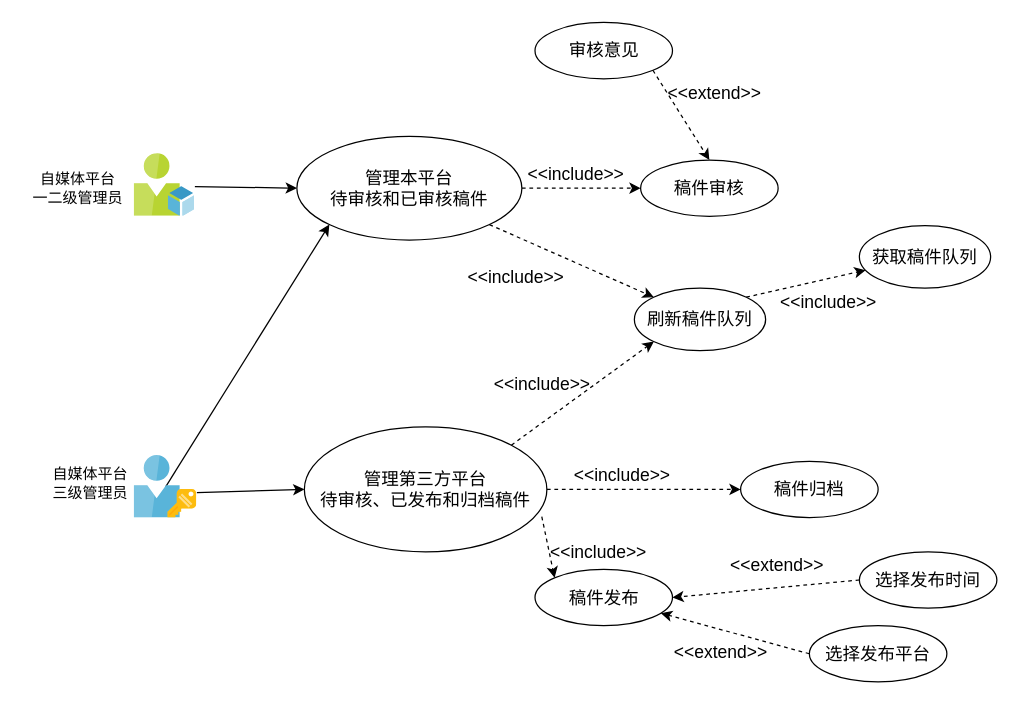
This is 1-SoftwareRequirements/ArticleManagement/am_usercase.drawio from zan-press/diagram, a draw.io file, before an edit. Source tidied: cells renumbered, new cells numbered last; positions are measured from the earlier drawing's top-left corner, leaving out a move shared by most shapes. Both pictures are drawn from the tidied source at 125%, with x=0, y=0 at pixel (21, 22).
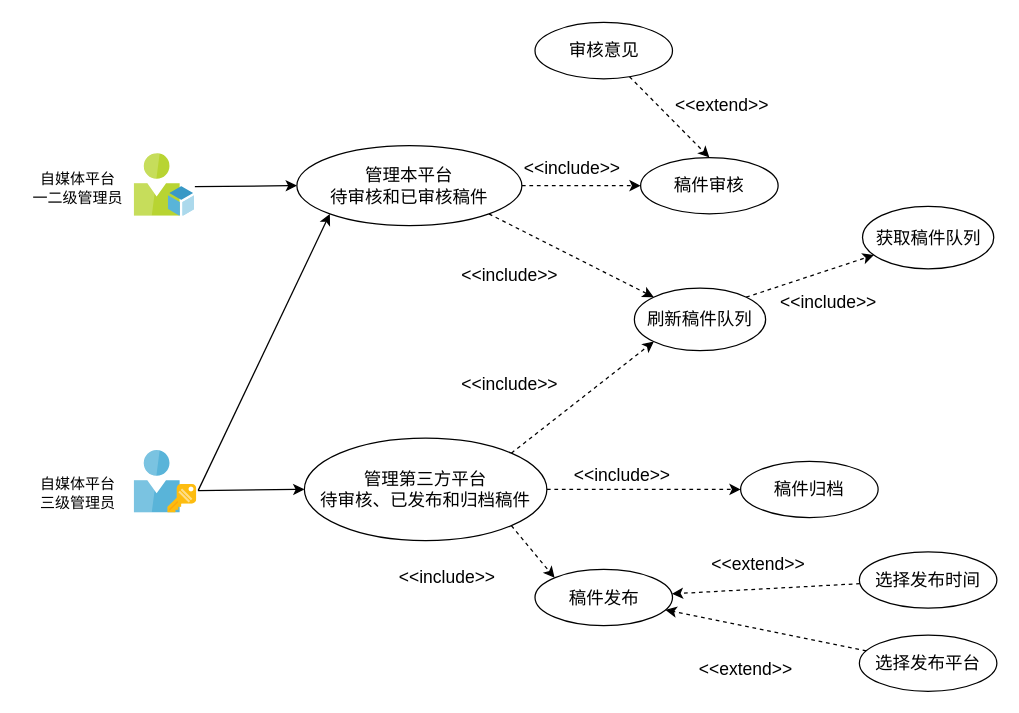
The same page after the edit.

The change refers to these unchanged cells:
```xml
<mxCell id="15" value="稿件发布" style="ellipse;whiteSpace=wrap;html=1;fontFamily=SF Mono;fontSize=14;" parent="1" vertex="1">
  <mxGeometry x="410.5" y="437" width="110" height="45" as="geometry" />
</mxCell>
<mxCell id="19" value="稿件归档" style="ellipse;whiteSpace=wrap;html=1;fontFamily=SF Mono;fontSize=14;" parent="1" vertex="1">
  <mxGeometry x="575" y="350.5" width="110" height="45" as="geometry" />
</mxCell>
<mxCell id="27" value="选择发布时间" style="ellipse;whiteSpace=wrap;html=1;fontFamily=SF Mono;fontSize=14;" parent="1" vertex="1">
  <mxGeometry x="670" y="423" width="110" height="45" as="geometry" />
</mxCell>
<mxCell id="31" value="刷新稿件队列" style="ellipse;whiteSpace=wrap;html=1;fontFamily=SF Mono;fontSize=14;" parent="1" vertex="1">
  <mxGeometry x="490" y="212" width="105" height="50" as="geometry" />
</mxCell>
<mxCell id="35" value="审核意见" style="ellipse;whiteSpace=wrap;html=1;fontFamily=SF Mono;fontSize=14;" parent="1" vertex="1">
  <mxGeometry x="410.5" y="-0.5" width="110" height="45" as="geometry" />
</mxCell>
```

Diff of the diagram source:
```diff
@@
-    <mxCell id="3" style="rounded=0;jettySize=auto;html=1;endArrow=classic;endFill=1;entryX=0;entryY=0.5;entryDx=0;entryDy=0;exitX=1;exitY=0.592;exitDx=0;exitDy=0;exitPerimeter=0;" parent="1" edge="1" source="23" target="12">
+    <mxCell id="3" style="rounded=0;jettySize=auto;html=1;endArrow=classic;endFill=1;entryX=0;entryY=0.5;entryDx=0;entryDy=0;exitX=1.02;exitY=0.64;exitDx=0;exitDy=0;exitPerimeter=0;fontFamily=SF Mono;" parent="1" edge="1" source="23" target="12">
       <mxGeometry relative="1" as="geometry" />
     </mxCell>
@@
-    <mxCell id="5" style="edgeStyle=orthogonalEdgeStyle;rounded=0;jettySize=auto;html=1;dashed=1;" parent="1" edge="1" source="8" target="10">
+    <mxCell id="5" style="edgeStyle=orthogonalEdgeStyle;rounded=0;jettySize=auto;html=1;dashed=1;fontFamily=SF Mono;" parent="1" edge="1" source="8" target="10">
       <mxGeometry relative="1" as="geometry" />
     </mxCell>
-    <mxCell id="6" style="rounded=0;jettySize=auto;html=1;entryX=0;entryY=0;entryDx=0;entryDy=0;dashed=1;exitX=0.979;exitY=0.718;exitDx=0;exitDy=0;exitPerimeter=0;" parent="1" edge="1" source="12" target="15">
+    <mxCell id="6" style="rounded=0;jettySize=auto;html=1;entryX=0;entryY=0;entryDx=0;entryDy=0;dashed=1;exitX=1;exitY=1;exitDx=0;exitDy=0;fontFamily=SF Mono;" parent="1" edge="1" source="12" target="15">
       <mxGeometry relative="1" as="geometry" />
     </mxCell>
-    <mxCell id="7" style="edgeStyle=none;rounded=0;jettySize=auto;html=1;exitX=1;exitY=1;exitDx=0;exitDy=0;entryX=0;entryY=0;entryDx=0;entryDy=0;dashed=1;" parent="1" edge="1" source="8" target="31">
+    <mxCell id="7" style="edgeStyle=none;rounded=0;jettySize=auto;html=1;exitX=1;exitY=1;exitDx=0;exitDy=0;entryX=0;entryY=0;entryDx=0;entryDy=0;dashed=1;fontFamily=SF Mono;" parent="1" edge="1" source="8" target="31">
       <mxGeometry relative="1" as="geometry" />
     </mxCell>
     <mxCell id="8" value="管理本平台&lt;br&gt;待审核和已审核稿件" style="ellipse;whiteSpace=wrap;html=1;fontFamily=SF Mono;fontSize=14;" parent="1" vertex="1">
-      <mxGeometry x="220" y="90.5" width="180" height="83" as="geometry" />
+      <mxGeometry x="220" y="98" width="180" height="64" as="geometry" />
     </mxCell>
     <mxCell id="9" value="获取稿件队列" style="ellipse;whiteSpace=wrap;html=1;fontFamily=SF Mono;fontSize=14;" parent="1" vertex="1">
-      <mxGeometry x="670" y="162" width="105" height="50" as="geometry" />
+      <mxGeometry x="672.5" y="146.5" width="105" height="50" as="geometry" />
     </mxCell>
     <mxCell id="10" value="稿件审核" style="ellipse;whiteSpace=wrap;html=1;fontFamily=SF Mono;fontSize=14;" parent="1" vertex="1">
-      <mxGeometry x="495" y="109.5" width="110" height="45" as="geometry" />
+      <mxGeometry x="495" y="107.5" width="110" height="45" as="geometry" />
     </mxCell>
-    <mxCell id="11" style="edgeStyle=none;rounded=0;jettySize=auto;html=1;exitX=1;exitY=0;exitDx=0;exitDy=0;entryX=0;entryY=1;entryDx=0;entryDy=0;dashed=1;endArrow=classic;endFill=1;" parent="1" edge="1" source="12" target="31">
+    <mxCell id="11" style="edgeStyle=none;rounded=0;jettySize=auto;html=1;exitX=1;exitY=0;exitDx=0;exitDy=0;entryX=0;entryY=1;entryDx=0;entryDy=0;dashed=1;endArrow=classic;endFill=1;fontFamily=SF Mono;" parent="1" edge="1" source="12" target="31">
       <mxGeometry relative="1" as="geometry" />
     </mxCell>
     <mxCell id="12" value="管理第三方平台&lt;br&gt;待审核、已发布和归档稿件" style="ellipse;whiteSpace=wrap;html=1;fontFamily=SF Mono;fontSize=14;" parent="1" vertex="1">
-      <mxGeometry x="226" y="323" width="194" height="100" as="geometry" />
+      <mxGeometry x="226" y="332" width="194" height="82" as="geometry" />
     </mxCell>
     <mxCell id="13" value="自媒体平台&lt;br&gt;三级管理员" style="text;html=1;strokeColor=none;fillColor=none;align=center;verticalAlign=middle;whiteSpace=wrap;rounded=0;fontFamily=SF Mono;fontStyle=0;" parent="1" vertex="1">
-      <mxGeometry x="10" y="352.5" width="90" height="30" as="geometry" />
+      <mxGeometry y="360.5" width="90" height="30" as="geometry" />
     </mxCell>
-    <mxCell id="14" value="&lt;font style=&quot;font-size: 14px&quot;&gt;&amp;lt;&amp;lt;include&amp;gt;&amp;gt;&lt;/font&gt;" style="text;html=1;align=left;verticalAlign=top;spacingTop=-4;" parent="1" vertex="1">
-      <mxGeometry x="355" y="192" width="90" height="20" as="geometry" />
+    <mxCell id="14" value="&lt;font style=&quot;font-size: 14px&quot;&gt;&amp;lt;&amp;lt;include&amp;gt;&amp;gt;&lt;/font&gt;" style="text;html=1;align=left;verticalAlign=top;spacingTop=-4;fontFamily=SF Mono;" parent="1" vertex="1">
+      <mxGeometry x="350" y="191" width="90" height="20" as="geometry" />
     </mxCell>
@@
-    <mxCell id="16" style="edgeStyle=none;rounded=0;jettySize=auto;html=1;exitX=0;exitY=0.5;exitDx=0;exitDy=0;dashed=1;endArrow=classic;endFill=1;" parent="1" edge="1" source="17" target="15">
+    <mxCell id="16" style="edgeStyle=none;rounded=0;jettySize=auto;html=1;dashed=1;endArrow=classic;endFill=1;fontFamily=SF Mono;" parent="1" edge="1" source="17" target="15">
       <mxGeometry relative="1" as="geometry" />
     </mxCell>
     <mxCell id="17" value="选择发布平台" style="ellipse;whiteSpace=wrap;html=1;fontFamily=SF Mono;fontSize=14;" parent="1" vertex="1">
-      <mxGeometry x="630" y="482" width="110" height="45" as="geometry" />
+      <mxGeometry x="670" y="489.5" width="110" height="45" as="geometry" />
     </mxCell>
-    <mxCell id="18" style="edgeStyle=orthogonalEdgeStyle;rounded=0;jettySize=auto;html=1;exitX=1;exitY=0.5;exitDx=0;exitDy=0;entryX=0;entryY=0.5;entryDx=0;entryDy=0;dashed=1;" parent="1" edge="1" source="12" target="19">
+    <mxCell id="18" style="edgeStyle=orthogonalEdgeStyle;rounded=0;jettySize=auto;html=1;exitX=1;exitY=0.5;exitDx=0;exitDy=0;entryX=0;entryY=0.5;entryDx=0;entryDy=0;dashed=1;fontFamily=SF Mono;" parent="1" edge="1" source="12" target="19">
       <mxGeometry relative="1" as="geometry" />
     </mxCell>
@@
-    <mxCell id="20" value="&lt;font style=&quot;font-size: 14px&quot;&gt;&amp;lt;&amp;lt;include&amp;gt;&amp;gt;&lt;/font&gt;" style="text;html=1;align=left;verticalAlign=top;spacingTop=-4;" parent="1" vertex="1">
-      <mxGeometry x="420.5" y="412" width="90" height="20" as="geometry" />
+    <mxCell id="20" value="&lt;font style=&quot;font-size: 14px&quot;&gt;&amp;lt;&amp;lt;include&amp;gt;&amp;gt;&lt;/font&gt;" style="text;html=1;align=left;verticalAlign=top;spacingTop=-4;fontFamily=SF Mono;" parent="1" vertex="1">
+      <mxGeometry x="300" y="432" width="90" height="20" as="geometry" />
     </mxCell>
-    <mxCell id="21" style="html=1;perimeter=none;align=center;shadow=0;dashed=0;image;fontSize=12;image=img/lib/mscae/ResourceRole.svg;" parent="1" vertex="1">
+    <mxCell id="21" style="html=1;perimeter=none;align=center;shadow=0;dashed=0;image;fontSize=12;image=img/lib/mscae/ResourceRole.svg;fontFamily=SF Mono;" parent="1" vertex="1">
       <mxGeometry x="90" y="104.5" width="48.5" height="50" as="geometry" />
     </mxCell>
-    <mxCell id="22" style="edgeStyle=none;rounded=0;jettySize=auto;html=1;endArrow=classic;endFill=1;entryX=0;entryY=1;entryDx=0;entryDy=0;" parent="1" edge="1" source="23" target="8">
+    <mxCell id="22" style="edgeStyle=none;rounded=0;jettySize=auto;html=1;endArrow=classic;endFill=1;entryX=0;entryY=1;entryDx=0;entryDy=0;fontFamily=SF Mono;exitX=1.02;exitY=0.64;exitDx=0;exitDy=0;exitPerimeter=0;" parent="1" edge="1" source="23" target="8">
       <mxGeometry relative="1" as="geometry" />
     </mxCell>
-    <mxCell id="23" style="html=1;perimeter=none;align=center;shadow=0;dashed=0;image;fontSize=12;image=img/lib/mscae/ADFS.svg;" parent="1" vertex="1">
-      <mxGeometry x="90" y="346" width="50" height="50" as="geometry" />
+    <mxCell id="23" style="html=1;perimeter=none;align=center;shadow=0;dashed=0;image;fontSize=12;image=img/lib/mscae/ADFS.svg;fontFamily=SF Mono;" parent="1" vertex="1">
+      <mxGeometry x="90" y="342" width="50" height="50" as="geometry" />
     </mxCell>
-    <mxCell id="24" value="&lt;font style=&quot;font-size: 14px&quot;&gt;&amp;lt;&amp;lt;include&amp;gt;&amp;gt;&lt;/font&gt;" style="text;html=1;align=left;verticalAlign=top;spacingTop=-4;" parent="1" vertex="1">
-      <mxGeometry x="403" y="109.5" width="90" height="20" as="geometry" />
+    <mxCell id="24" value="&lt;font style=&quot;font-size: 14px&quot;&gt;&amp;lt;&amp;lt;include&amp;gt;&amp;gt;&lt;/font&gt;" style="text;html=1;align=left;verticalAlign=top;spacingTop=-4;fontFamily=SF Mono;" parent="1" vertex="1">
+      <mxGeometry x="400" y="104.5" width="90" height="20" as="geometry" />
     </mxCell>
-    <mxCell id="25" value="&lt;font style=&quot;font-size: 14px&quot;&gt;&amp;lt;&amp;lt;extend&amp;gt;&amp;gt;&lt;/font&gt;" style="text;html=1;align=left;verticalAlign=top;spacingTop=-4;" parent="1" vertex="1">
-      <mxGeometry x="565" y="423" width="90" height="20" as="geometry" />
+    <mxCell id="25" value="&lt;font style=&quot;font-size: 14px&quot;&gt;&amp;lt;&amp;lt;extend&amp;gt;&amp;gt;&lt;/font&gt;" style="text;html=1;align=left;verticalAlign=top;spacingTop=-4;fontFamily=SF Mono;" parent="1" vertex="1">
+      <mxGeometry x="550" y="422" width="90" height="20" as="geometry" />
     </mxCell>
-    <mxCell id="26" style="edgeStyle=none;rounded=0;jettySize=auto;html=1;exitX=0;exitY=0.5;exitDx=0;exitDy=0;entryX=1;entryY=0.5;entryDx=0;entryDy=0;dashed=1;endArrow=classic;endFill=1;" parent="1" edge="1" source="27" target="15">
+    <mxCell id="26" style="edgeStyle=none;rounded=0;jettySize=auto;html=1;dashed=1;endArrow=classic;endFill=1;fontFamily=SF Mono;" parent="1" edge="1" source="27" target="15">
       <mxGeometry relative="1" as="geometry" />
     </mxCell>
@@
-    <mxCell id="28" value="&lt;font style=&quot;font-size: 14px&quot;&gt;&amp;lt;&amp;lt;extend&amp;gt;&amp;gt;&lt;/font&gt;" style="text;html=1;align=left;verticalAlign=top;spacingTop=-4;" parent="1" vertex="1">
-      <mxGeometry x="520" y="492" width="90" height="20" as="geometry" />
+    <mxCell id="28" value="&lt;font style=&quot;font-size: 14px&quot;&gt;&amp;lt;&amp;lt;extend&amp;gt;&amp;gt;&lt;/font&gt;" style="text;html=1;align=left;verticalAlign=top;spacingTop=-4;fontFamily=SF Mono;" parent="1" vertex="1">
+      <mxGeometry x="540" y="506" width="90" height="20" as="geometry" />
     </mxCell>
-    <mxCell id="29" value="&lt;font style=&quot;font-size: 14px&quot;&gt;&amp;lt;&amp;lt;include&amp;gt;&amp;gt;&lt;/font&gt;" style="text;html=1;align=left;verticalAlign=top;spacingTop=-4;" parent="1" vertex="1">
+    <mxCell id="29" value="&lt;font style=&quot;font-size: 14px&quot;&gt;&amp;lt;&amp;lt;include&amp;gt;&amp;gt;&lt;/font&gt;" style="text;html=1;align=left;verticalAlign=top;spacingTop=-4;fontFamily=SF Mono;" parent="1" vertex="1">
       <mxGeometry x="440" y="350.5" width="90" height="20" as="geometry" />
     </mxCell>
-    <mxCell id="30" style="edgeStyle=none;rounded=0;jettySize=auto;html=1;exitX=1;exitY=0;exitDx=0;exitDy=0;dashed=1;endArrow=classic;endFill=1;" parent="1" edge="1" source="31" target="9">
+    <mxCell id="30" style="edgeStyle=none;rounded=0;jettySize=auto;html=1;exitX=1;exitY=0;exitDx=0;exitDy=0;dashed=1;endArrow=classic;endFill=1;fontFamily=SF Mono;" parent="1" edge="1" source="31" target="9">
       <mxGeometry relative="1" as="geometry" />
     </mxCell>
@@
-    <mxCell id="32" value="&lt;font style=&quot;font-size: 14px&quot;&gt;&amp;lt;&amp;lt;include&amp;gt;&amp;gt;&lt;/font&gt;" style="text;html=1;align=left;verticalAlign=top;spacingTop=-4;" parent="1" vertex="1">
-      <mxGeometry x="375.5" y="277.5" width="90" height="20" as="geometry" />
+    <mxCell id="32" value="&lt;font style=&quot;font-size: 14px&quot;&gt;&amp;lt;&amp;lt;include&amp;gt;&amp;gt;&lt;/font&gt;" style="text;html=1;align=left;verticalAlign=top;spacingTop=-4;fontFamily=SF Mono;" parent="1" vertex="1">
+      <mxGeometry x="350" y="277.5" width="90" height="20" as="geometry" />
     </mxCell>
-    <mxCell id="33" value="&lt;font style=&quot;font-size: 14px&quot;&gt;&amp;lt;&amp;lt;include&amp;gt;&amp;gt;&lt;/font&gt;" style="text;html=1;align=left;verticalAlign=top;spacingTop=-4;" parent="1" vertex="1">
+    <mxCell id="33" value="&lt;font style=&quot;font-size: 14px&quot;&gt;&amp;lt;&amp;lt;include&amp;gt;&amp;gt;&lt;/font&gt;" style="text;html=1;align=left;verticalAlign=top;spacingTop=-4;fontFamily=SF Mono;" parent="1" vertex="1">
       <mxGeometry x="605" y="212" width="90" height="20" as="geometry" />
     </mxCell>
-    <mxCell id="34" style="rounded=0;jettySize=auto;html=1;exitX=1;exitY=1;exitDx=0;exitDy=0;entryX=0.5;entryY=0;entryDx=0;entryDy=0;dashed=1;" parent="1" edge="1" source="35" target="10">
+    <mxCell id="34" style="rounded=0;jettySize=auto;html=1;entryX=0.5;entryY=0;entryDx=0;entryDy=0;dashed=1;fontFamily=SF Mono;" parent="1" edge="1" source="35" target="10">
       <mxGeometry relative="1" as="geometry" />
     </mxCell>
@@
-    <mxCell id="36" value="&lt;font style=&quot;font-size: 14px&quot;&gt;&amp;lt;&amp;lt;extend&amp;gt;&amp;gt;&lt;/font&gt;" style="text;html=1;align=left;verticalAlign=top;spacingTop=-4;" parent="1" vertex="1">
-      <mxGeometry x="515" y="44.5" width="90" height="20" as="geometry" />
+    <mxCell id="36" value="&lt;font style=&quot;font-size: 14px&quot;&gt;&amp;lt;&amp;lt;extend&amp;gt;&amp;gt;&lt;/font&gt;" style="text;html=1;align=left;verticalAlign=top;spacingTop=-4;fontFamily=SF Mono;" parent="1" vertex="1">
+      <mxGeometry x="520.5" y="54.5" width="90" height="20" as="geometry" />
     </mxCell>
```
